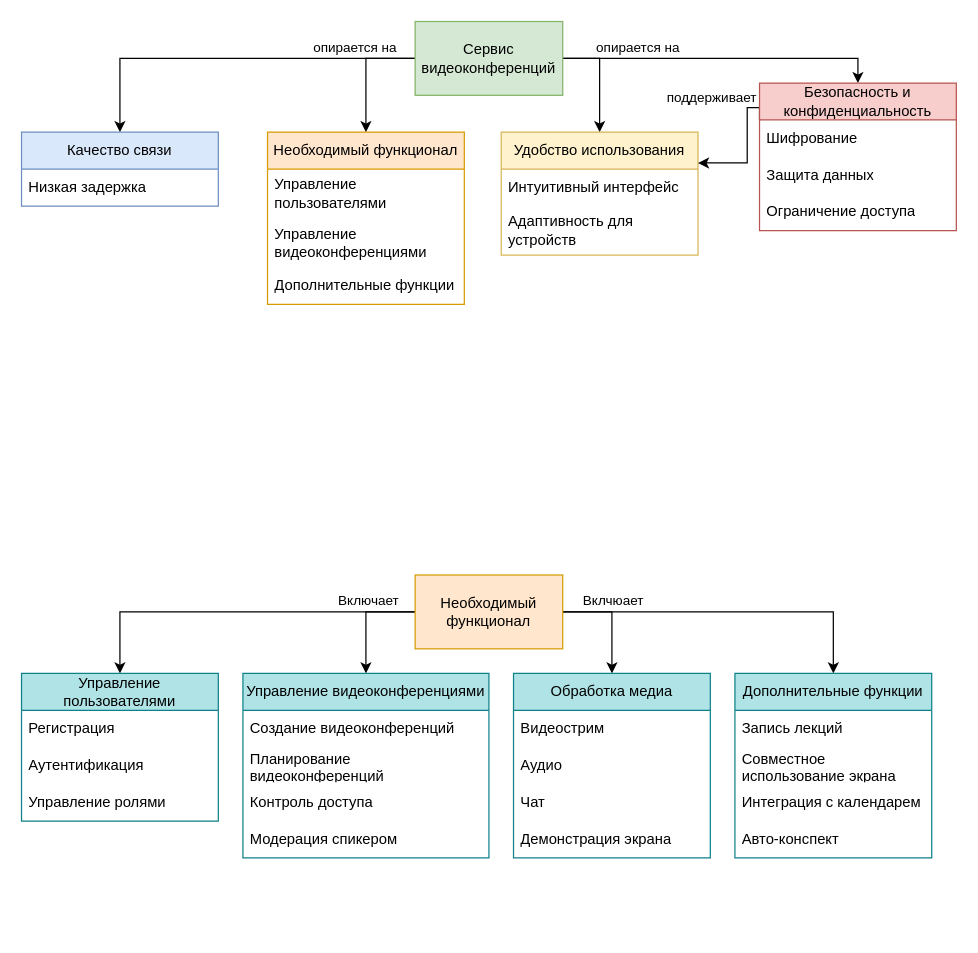
Earlier version of the draw.io diagram видеоконференции.drawio (Odinzov/Ontology). Source tidied: cells renumbered, new cells numbered last; positions are measured from the earlier drawing's top-left corner, leaving out a move shared by most shapes. Both pictures are drawn from the tidied source at 123%, with x=0, y=0 at pixel (21, 21).
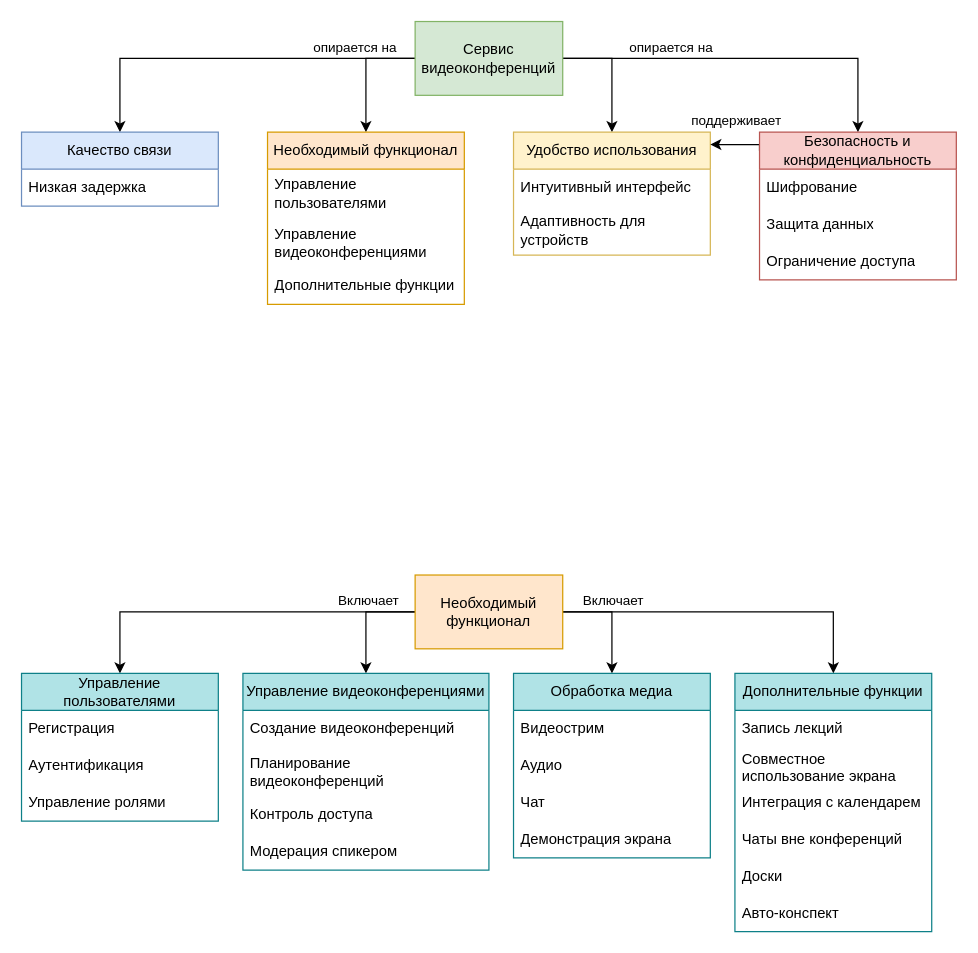
After the change.

Commit message:
Добавлены доп функции

Unchanged cells that the change refers to:
```xml
<mxCell id="8" value="&lt;div&gt;Сервис видеоконференций&lt;/div&gt;" style="rounded=0;whiteSpace=wrap;html=1;fillColor=#d5e8d4;strokeColor=#82b366;" parent="1" vertex="1">
  <mxGeometry x="320" width="120" height="60" as="geometry" />
</mxCell>
<mxCell id="27" style="edgeStyle=orthogonalEdgeStyle;rounded=0;jettySize=auto;html=1;entryX=0.5;entryY=0;entryDx=0;entryDy=0;" parent="1" edge="1" source="30" target="45">
  <mxGeometry relative="1" as="geometry" />
</mxCell>
```

What changed in the source:
```diff
@@
     <mxCell id="4" style="edgeStyle=orthogonalEdgeStyle;rounded=0;jettySize=auto;html=1;exitX=1;exitY=0.5;exitDx=0;exitDy=0;entryX=0.5;entryY=0;entryDx=0;entryDy=0;" parent="1" edge="1" source="8" target="11">
       <mxGeometry relative="1" as="geometry">
         <Array as="points">
-          <mxPoint x="470" y="30" />
+          <mxPoint x="480" y="30" />
         </Array>
       </mxGeometry>
     </mxCell>
@@
     <mxCell id="11" value="Удобство использования" style="swimlane;fontStyle=0;horizontal=1;startSize=30;whiteSpace=wrap;html=1;fillColor=#fff2cc;strokeColor=#d6b656;" parent="1" vertex="1">
-      <mxGeometry x="390" y="90" width="160" height="100" as="geometry" />
+      <mxGeometry x="400" y="90" width="160" height="100" as="geometry" />
     </mxCell>
@@
-    <mxCell id="18" style="edgeStyle=orthogonalEdgeStyle;rounded=0;jettySize=auto;html=1;exitX=0;exitY=0.25;exitDx=0;exitDy=0;entryX=1;entryY=0.25;entryDx=0;entryDy=0;" parent="1" edge="1" source="20" target="11">
+    <mxCell id="18" style="edgeStyle=orthogonalEdgeStyle;rounded=0;orthogonalLoop=1;jettySize=auto;html=1;exitX=0;exitY=0.25;exitDx=0;exitDy=0;entryX=1;entryY=0.25;entryDx=0;entryDy=0;" parent="1" edge="1">
       <mxGeometry relative="1" as="geometry">
+        <mxPoint x="600" y="105" as="sourcePoint" />
+        <mxPoint x="560" y="100" as="targetPoint" />
         <Array as="points">
-          <mxPoint x="600" y="70" />
-          <mxPoint x="590" y="70" />
-          <mxPoint x="590" y="115" />
+          <mxPoint x="600" y="100" />
         </Array>
       </mxGeometry>
     </mxCell>
     <mxCell id="19" value="&lt;div&gt;&lt;span&gt;поддерживает&lt;/span&gt;&lt;/div&gt;" style="edgeLabel;html=1;align=center;verticalAlign=middle;labelBackgroundColor=none;" parent="18" vertex="1">
       <mxGeometry x="0.1" y="1" relative="1" as="geometry">
-        <mxPoint x="-31" y="-47" as="offset" />
+        <mxPoint y="-21" as="offset" />
       </mxGeometry>
     </mxCell>
     <mxCell id="20" value="Безопасность и конфиденциальность" style="swimlane;fontStyle=0;horizontal=1;startSize=30;whiteSpace=wrap;html=1;fillColor=#f8cecc;strokeColor=#b85450;" parent="1" vertex="1">
-      <mxGeometry x="600" y="50" width="160" height="120" as="geometry" />
+      <mxGeometry x="600" y="90" width="160" height="120" as="geometry" />
     </mxCell>
@@
-    <mxCell id="28" value="Вклчюает" style="edgeLabel;html=1;align=center;verticalAlign=middle;labelBackgroundColor=none;" parent="27" vertex="1">
+    <mxCell id="28" value="Включает" style="edgeLabel;html=1;align=center;verticalAlign=middle;labelBackgroundColor=none;" parent="27" vertex="1">
       <mxGeometry x="-0.5" y="2" relative="1" as="geometry">
         <mxPoint x="-28" y="-8" as="offset" />
       </mxGeometry>
     </mxCell>
@@
     <mxCell id="35" value="&lt;span style=&quot;text-align: left;&quot;&gt;Управление видеоконференциями&lt;/span&gt;" style="swimlane;fontStyle=0;horizontal=1;startSize=30;whiteSpace=wrap;html=1;fillColor=#b0e3e6;strokeColor=#0e8088;" parent="1" vertex="1">
-      <mxGeometry x="180" y="530" width="200" height="150" as="geometry" />
+      <mxGeometry x="180" y="530" width="200" height="160" as="geometry" />
     </mxCell>
@@
     <mxCell id="37" value="Планирование видеоконференций" style="text;strokeColor=none;fillColor=none;align=left;verticalAlign=middle;spacingLeft=4;spacingRight=4;overflow=hidden;whiteSpace=wrap;html=1;" parent="35" vertex="1">
-      <mxGeometry y="60" width="200" height="30" as="geometry" />
+      <mxGeometry y="60" width="200" height="40" as="geometry" />
     </mxCell>
     <mxCell id="38" value="&lt;div&gt;Контроль доступа&lt;/div&gt;" style="text;strokeColor=none;fillColor=none;align=left;verticalAlign=middle;spacingLeft=4;spacingRight=4;overflow=hidden;whiteSpace=wrap;html=1;" parent="35" vertex="1">
-      <mxGeometry y="90" width="200" height="30" as="geometry" />
+      <mxGeometry y="100" width="200" height="30" as="geometry" />
     </mxCell>
     <mxCell id="39" value="&lt;div&gt;Модерация спикером&amp;nbsp;&lt;/div&gt;" style="text;strokeColor=none;fillColor=none;align=left;verticalAlign=middle;spacingLeft=4;spacingRight=4;overflow=hidden;whiteSpace=wrap;html=1;" parent="35" vertex="1">
-      <mxGeometry y="120" width="200" height="30" as="geometry" />
+      <mxGeometry y="130" width="200" height="30" as="geometry" />
     </mxCell>
@@
     <mxCell id="45" value="&lt;span style=&quot;text-align: left;&quot;&gt;Дополнительные функции&lt;/span&gt;" style="swimlane;fontStyle=0;horizontal=1;startSize=30;whiteSpace=wrap;html=1;fillColor=#b0e3e6;strokeColor=#0e8088;" parent="1" vertex="1">
-      <mxGeometry x="580" y="530" width="160" height="150" as="geometry" />
+      <mxGeometry x="580" y="530" width="160" height="210" as="geometry" />
     </mxCell>
@@
+    <mxCell id="50" value="&lt;div&gt;Чаты вне конференций&lt;/div&gt;" style="text;strokeColor=none;fillColor=none;align=left;verticalAlign=middle;spacingLeft=4;spacingRight=4;overflow=hidden;whiteSpace=wrap;html=1;" parent="45" vertex="1">
+      <mxGeometry y="120" width="160" height="30" as="geometry" />
+    </mxCell>
+    <mxCell id="51" value="&lt;div&gt;Доски&lt;br&gt;&lt;/div&gt;" style="text;strokeColor=none;fillColor=none;align=left;verticalAlign=middle;spacingLeft=4;spacingRight=4;overflow=hidden;whiteSpace=wrap;html=1;" parent="45" vertex="1">
+      <mxGeometry y="150" width="160" height="30" as="geometry" />
+    </mxCell>
     <mxCell id="49" value="&lt;div&gt;Авто-конспект&lt;/div&gt;" style="text;strokeColor=none;fillColor=none;align=left;verticalAlign=middle;spacingLeft=4;spacingRight=4;overflow=hidden;whiteSpace=wrap;html=1;" parent="45" vertex="1">
-      <mxGeometry y="120" width="160" height="30" as="geometry" />
+      <mxGeometry y="180" width="160" height="30" as="geometry" />
     </mxCell>
```
